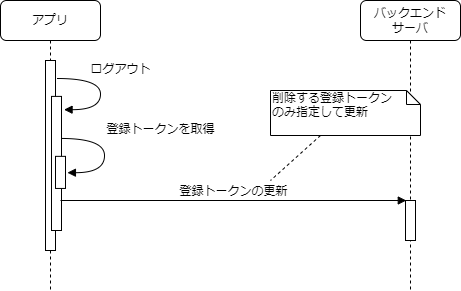
This is website/docs/react-native/santoku/application-architecture/push-notification/remove-token.drawio.png from ws-4020/mobile-app-crib-notes, a draw.io export, as it was before one commit. Source tidied: cells renumbered, new cells last; positions are measured from the earlier drawing's top-left corner, leaving out a move shared by most shapes. The source it was exported from:
```xml
<mxGraphModel>
  <root>
    <mxCell id="0" />
    <mxCell id="1" parent="0" />
    <mxCell id="2" value="アプリ" style="shape=umlLifeline;perimeter=lifelinePerimeter;whiteSpace=wrap;html=1;rounded=1;shadow=0;comic=0;labelBackgroundColor=none;strokeWidth=1;fontFamily=Verdana;fontSize=12;align=center;" parent="1" vertex="1">
      <mxGeometry width="100" height="290" as="geometry" />
    </mxCell>
    <mxCell id="3" style="html=1;perimeter=orthogonalPerimeter;rounded=0;shadow=0;comic=0;labelBackgroundColor=none;strokeWidth=1;fontFamily=Verdana;fontSize=12;align=center;" parent="2" vertex="1">
      <mxGeometry x="45" y="60" width="10" height="190" as="geometry" />
    </mxCell>
    <mxCell id="4" style="html=1;points=[];perimeter=orthogonalPerimeter;rounded=0;shadow=0;comic=0;labelBackgroundColor=none;strokeWidth=1;fontFamily=Verdana;fontSize=12;align=center;" parent="2" vertex="1">
      <mxGeometry x="51" y="95.9" width="10" height="134.1" as="geometry" />
    </mxCell>
    <mxCell id="5" value="ログアウト" style="html=1;verticalAlign=bottom;endArrow=block;labelBackgroundColor=none;fontFamily=Verdana;fontSize=12;elbow=vertical;edgeStyle=orthogonalEdgeStyle;curved=1;exitX=1.038;exitY=0.345;exitPerimeter=0;entryX=1.256;entryY=0.099;entryDx=0;entryDy=0;entryPerimeter=0;" parent="2" edge="1" target="4">
      <mxGeometry x="-0.22" y="20" relative="1" as="geometry">
        <mxPoint x="56.4" y="78" as="sourcePoint" />
        <Array as="points">
          <mxPoint x="100" y="78" />
          <mxPoint x="100" y="109" />
        </Array>
      </mxGeometry>
    </mxCell>
    <mxCell id="6" style="html=1;points=[];perimeter=orthogonalPerimeter;rounded=0;shadow=0;comic=0;labelBackgroundColor=none;strokeWidth=1;fontFamily=Verdana;fontSize=12;align=center;" parent="2" vertex="1">
      <mxGeometry x="55" y="155.8" width="10" height="32.1" as="geometry" />
    </mxCell>
    <mxCell id="7" value="登録トークンを取得" style="html=1;verticalAlign=bottom;endArrow=block;labelBackgroundColor=none;fontFamily=Verdana;fontSize=12;elbow=vertical;edgeStyle=orthogonalEdgeStyle;curved=1;exitX=1.038;exitY=0.345;exitPerimeter=0;entryX=1.192;entryY=0.509;entryDx=0;entryDy=0;entryPerimeter=0;" parent="2" edge="1" target="6">
      <mxGeometry x="-0.24" y="56" relative="1" as="geometry">
        <mxPoint x="60.4" y="137.9" as="sourcePoint" />
        <Array as="points">
          <mxPoint x="104" y="137.9" />
          <mxPoint x="104" y="171.9" />
        </Array>
      </mxGeometry>
    </mxCell>
    <mxCell id="8" value="バックエンド&lt;br&gt;サーバ" style="shape=umlLifeline;perimeter=lifelinePerimeter;whiteSpace=wrap;html=1;rounded=1;shadow=0;comic=0;labelBackgroundColor=none;strokeWidth=1;fontFamily=Verdana;fontSize=12;align=center;" parent="1" vertex="1">
      <mxGeometry x="360" width="100" height="290" as="geometry" />
    </mxCell>
    <mxCell id="9" style="html=1;points=[];perimeter=orthogonalPerimeter;rounded=0;shadow=0;comic=0;labelBackgroundColor=none;strokeWidth=1;fontFamily=Verdana;fontSize=12;align=center;" parent="8" vertex="1">
      <mxGeometry x="45" y="200" width="10" height="40" as="geometry" />
    </mxCell>
    <mxCell id="10" value="登録トークンの更新" style="html=1;verticalAlign=bottom;endArrow=block;labelBackgroundColor=none;fontFamily=Verdana;fontSize=12;edgeStyle=elbowEdgeStyle;elbow=vertical;entryX=0.079;entryY=0.002;entryDx=0;entryDy=0;entryPerimeter=0;" parent="1" edge="1" target="9">
      <mxGeometry relative="1" as="geometry">
        <mxPoint x="60" y="200" as="sourcePoint" />
      </mxGeometry>
    </mxCell>
    <mxCell id="11" style="rounded=0;jettySize=auto;html=1;dashed=1;endArrow=none;endFill=0;" parent="1" edge="1" source="12">
      <mxGeometry relative="1" as="geometry">
        <mxPoint x="270" y="180" as="targetPoint" />
      </mxGeometry>
    </mxCell>
    <mxCell id="12" value="削除する登録トークン&lt;br&gt;のみ指定して更新" style="shape=note;whiteSpace=wrap;html=1;size=14;verticalAlign=top;align=left;spacingTop=-6;rounded=0;shadow=0;comic=0;labelBackgroundColor=none;strokeWidth=1;fontFamily=Verdana;fontSize=12;" parent="1" vertex="1">
      <mxGeometry x="270" y="90" width="150" height="45" as="geometry" />
    </mxCell>
  </root>
</mxGraphModel>
```
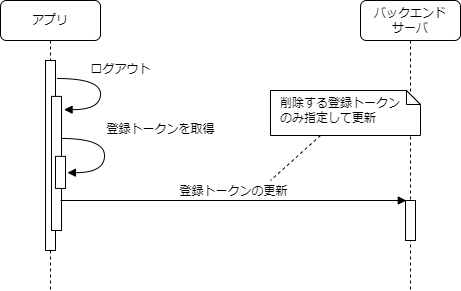
The same file after the commit.

The edit, as a diff of the source:
```diff
@@ -48,7 +48,7 @@
         <mxPoint x="270" y="180" as="targetPoint" />
       </mxGeometry>
     </mxCell>
-    <mxCell id="12" value="削除する登録トークン&lt;br&gt;のみ指定して更新" style="shape=note;whiteSpace=wrap;html=1;size=14;verticalAlign=top;align=left;spacingTop=-6;rounded=0;shadow=0;comic=0;labelBackgroundColor=none;strokeWidth=1;fontFamily=Verdana;fontSize=12;" parent="1" vertex="1">
+    <mxCell id="12" value="削除する登録トークン&lt;br&gt;のみ指定して更新" style="shape=note;whiteSpace=wrap;html=1;size=14;verticalAlign=middle;align=left;spacingTop=-6;rounded=0;shadow=0;comic=0;labelBackgroundColor=none;strokeWidth=1;fontFamily=Verdana;fontSize=12;spacingLeft=8;" parent="1" vertex="1">
       <mxGeometry x="270" y="90" width="150" height="45" as="geometry" />
     </mxCell>
   </root>
```
